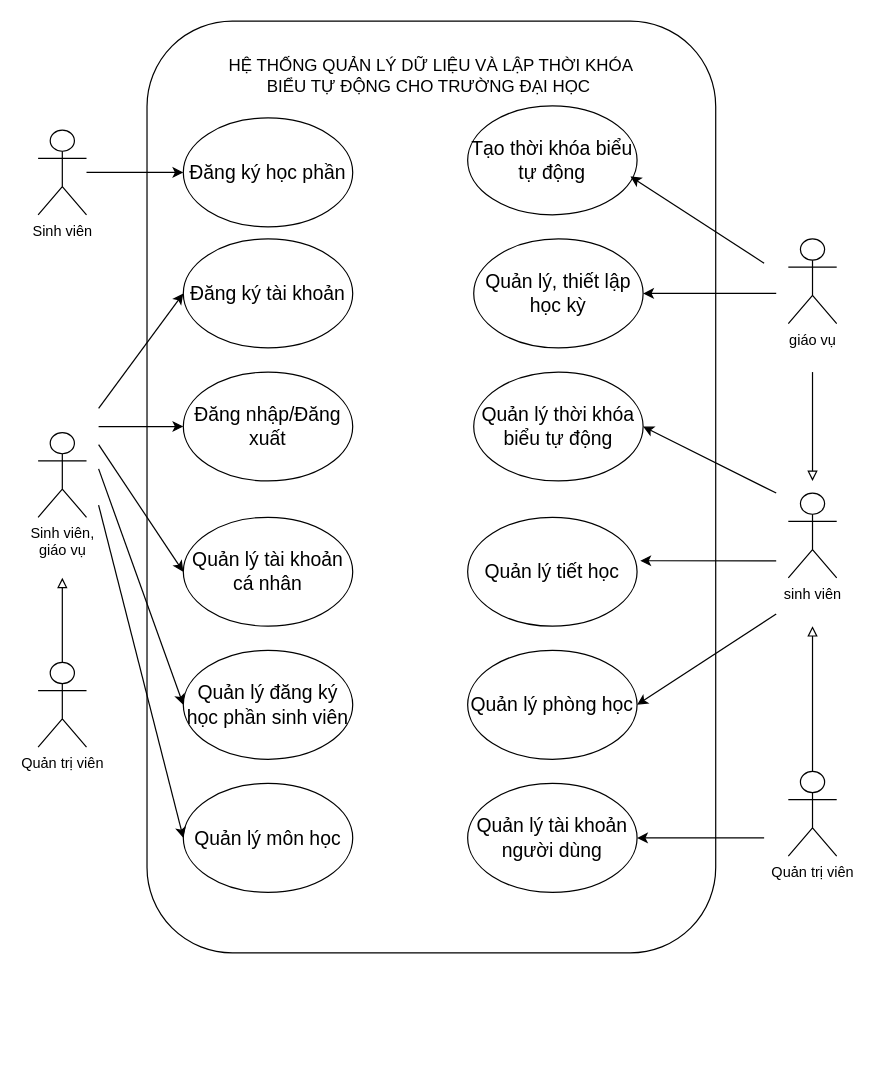
The draw.io diagram use-case.drawio in ngocanhdz/classTime, before the edit. Source tidied: cells renumbered, new cells numbered last; positions are measured from the earlier drawing's top-left corner, leaving out a move shared by most shapes. Both pictures are drawn from the tidied source at 121%, with x=0, y=0 at pixel (38, 21).
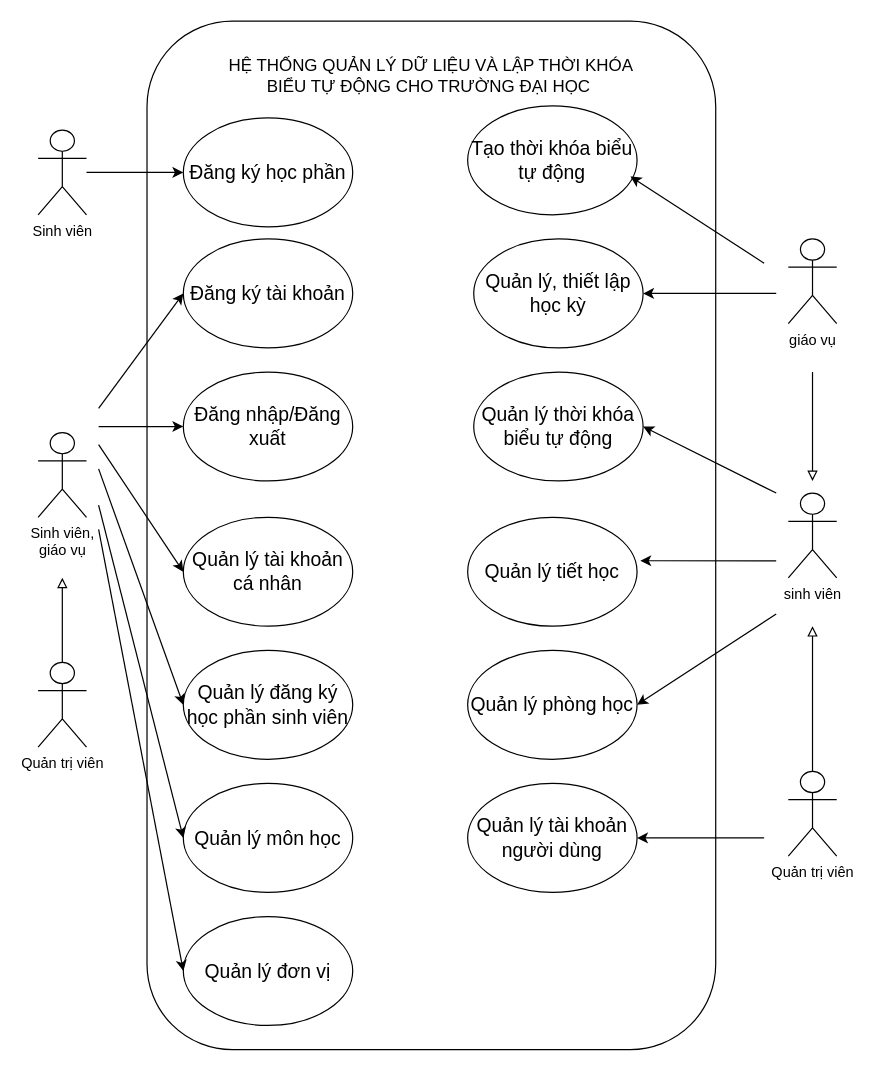
The same page after the edit.

Change to the diagram source:
```diff
@@
     <mxCell id="2" style="rounded=1;whiteSpace=wrap;html=1;" parent="1" vertex="1">
-      <mxGeometry x="90" width="470" height="770" as="geometry" />
+      <mxGeometry x="90" width="470" height="850" as="geometry" />
     </mxCell>
@@
+    <mxCell id="37" value="&lt;font size=&quot;3&quot;&gt;Quản lý đơn vị&lt;/font&gt;" style="ellipse;whiteSpace=wrap;html=1;" parent="1" vertex="1">
+      <mxGeometry x="120" y="740" width="140" height="90" as="geometry" />
+    </mxCell>
+    <mxCell id="38" style="endArrow=classic;html=1;rounded=0;entryX=0;entryY=0.5;entryDx=0;entryDy=0;" parent="1" edge="1" target="37">
+      <mxGeometry relative="1" as="geometry">
+        <mxPoint x="50" y="420" as="sourcePoint" />
+      </mxGeometry>
+    </mxCell>
```
